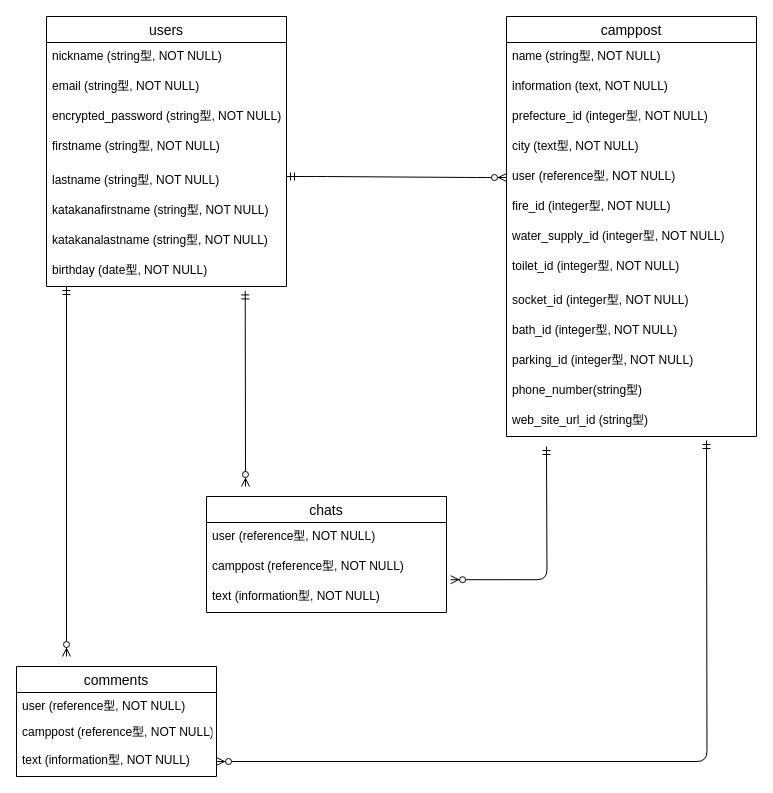
The draw.io diagram ERcamp.dio in 87takakura/campapp-31513, before the edit. Source tidied: cells renumbered, new cells numbered last; positions are measured from the earlier drawing's top-left corner, leaving out a move shared by most shapes. Both pictures are drawn from the tidied source at 100%, with x=0, y=0 at pixel (16, 16).
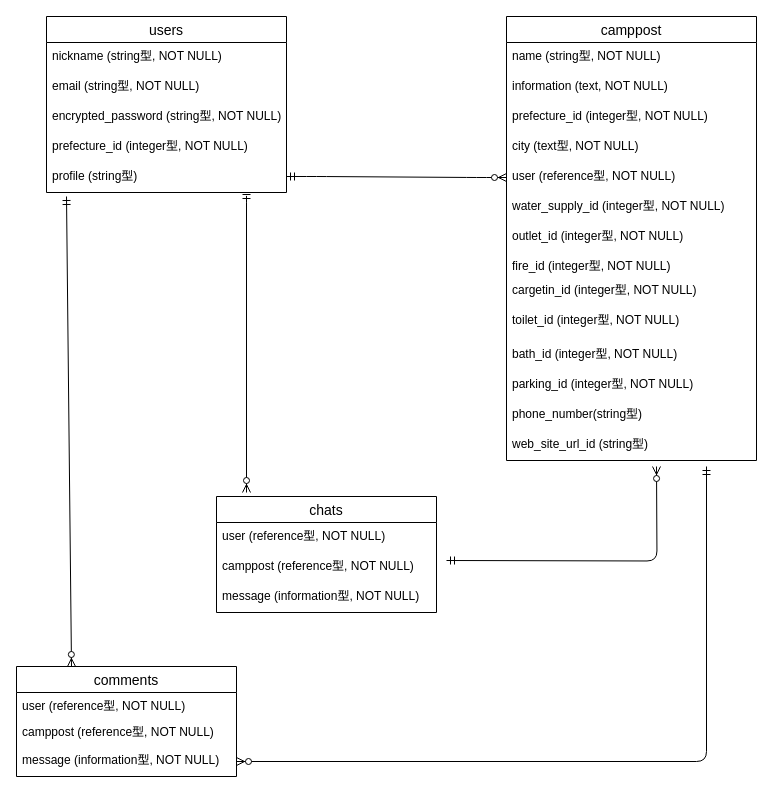
Above is the later version.

Diff of the diagram source:
```diff
@@
     <mxCell id="2" value="users" style="swimlane;fontStyle=0;horizontal=1;startSize=26;align=center;fontSize=14;" parent="1" vertex="1">
-      <mxGeometry x="30" width="240" height="270" as="geometry" />
+      <mxGeometry x="30" width="240" height="176" as="geometry" />
     </mxCell>
@@
-    <mxCell id="6" value="firstname (string型, NOT NULL)" style="text;strokeColor=none;fillColor=none;spacingLeft=4;spacingRight=4;overflow=hidden;fontSize=12;" parent="2" vertex="1">
-      <mxGeometry y="116" width="240" height="34" as="geometry" />
-    </mxCell>
-    <mxCell id="7" value="lastname (string型, NOT NULL)" style="text;strokeColor=none;fillColor=none;spacingLeft=4;spacingRight=4;overflow=hidden;fontSize=12;" parent="2" vertex="1">
-      <mxGeometry y="150" width="240" height="30" as="geometry" />
-    </mxCell>
-    <mxCell id="8" value="katakanafirstname (string型, NOT NULL)" style="text;strokeColor=none;fillColor=none;spacingLeft=4;spacingRight=4;overflow=hidden;fontSize=12;" parent="2" vertex="1">
-      <mxGeometry y="180" width="240" height="30" as="geometry" />
-    </mxCell>
-    <mxCell id="9" value="katakanalastname (string型, NOT NULL)" style="text;strokeColor=none;fillColor=none;spacingLeft=4;spacingRight=4;overflow=hidden;fontSize=12;" parent="2" vertex="1">
-      <mxGeometry y="210" width="240" height="30" as="geometry" />
-    </mxCell>
-    <mxCell id="10" value="birthday (date型, NOT NULL)" style="text;strokeColor=none;fillColor=none;spacingLeft=4;spacingRight=4;overflow=hidden;points=[[0,0.5],[1,0.5]];portConstraint=eastwest;fontSize=12;" parent="2" vertex="1">
-      <mxGeometry y="240" width="240" height="30" as="geometry" />
-    </mxCell>
+    <mxCell id="38" value="prefecture_id (integer型, NOT NULL)" style="text;strokeColor=none;fillColor=none;spacingLeft=4;spacingRight=4;overflow=hidden;fontSize=12;" parent="2" vertex="1">
+      <mxGeometry y="116" width="240" height="30" as="geometry" />
+    </mxCell>
+    <mxCell id="39" value="profile (string型)" style="text;strokeColor=none;fillColor=none;spacingLeft=4;spacingRight=4;overflow=hidden;fontSize=12;" parent="2" vertex="1">
+      <mxGeometry y="146" width="240" height="30" as="geometry" />
+    </mxCell>
     <mxCell id="11" value="camppost" style="swimlane;fontStyle=0;horizontal=1;startSize=26;align=center;fontSize=14;" parent="1" vertex="1">
-      <mxGeometry x="490" width="250" height="420" as="geometry" />
+      <mxGeometry x="490" width="250" height="444" as="geometry" />
     </mxCell>
@@
+    <mxCell id="18" value="water_supply_id (integer型, NOT NULL)" style="text;strokeColor=none;fillColor=none;spacingLeft=4;spacingRight=4;overflow=hidden;fontSize=12;" parent="11" vertex="1">
+      <mxGeometry y="176" width="250" height="30" as="geometry" />
+    </mxCell>
+    <mxCell id="40" value="outlet_id (integer型, NOT NULL)" style="text;strokeColor=none;fillColor=none;spacingLeft=4;spacingRight=4;overflow=hidden;fontSize=12;" parent="11" vertex="1">
+      <mxGeometry y="206" width="250" height="30" as="geometry" />
+    </mxCell>
     <mxCell id="17" value="fire_id (integer型, NOT NULL)" style="text;strokeColor=none;fillColor=none;spacingLeft=4;spacingRight=4;overflow=hidden;fontSize=12;" parent="11" vertex="1">
-      <mxGeometry y="176" width="250" height="30" as="geometry" />
+      <mxGeometry y="236" width="250" height="24" as="geometry" />
     </mxCell>
-    <mxCell id="18" value="water_supply_id (integer型, NOT NULL)" style="text;strokeColor=none;fillColor=none;spacingLeft=4;spacingRight=4;overflow=hidden;fontSize=12;" parent="11" vertex="1">
-      <mxGeometry y="206" width="250" height="30" as="geometry" />
-    </mxCell>
+    <mxCell id="41" value="cargetin_id (integer型, NOT NULL)" style="text;strokeColor=none;fillColor=none;spacingLeft=4;spacingRight=4;overflow=hidden;fontSize=12;" parent="11" vertex="1">
+      <mxGeometry y="260" width="250" height="30" as="geometry" />
+    </mxCell>
     <mxCell id="19" value="toilet_id (integer型, NOT NULL)" style="text;strokeColor=none;fillColor=none;spacingLeft=4;spacingRight=4;overflow=hidden;fontSize=12;" parent="11" vertex="1">
-      <mxGeometry y="236" width="250" height="34" as="geometry" />
+      <mxGeometry y="290" width="250" height="34" as="geometry" />
     </mxCell>
-    <mxCell id="20" value="socket_id (integer型, NOT NULL)" style="text;strokeColor=none;fillColor=none;spacingLeft=4;spacingRight=4;overflow=hidden;fontSize=12;" parent="11" vertex="1">
-      <mxGeometry y="270" width="250" height="30" as="geometry" />
-    </mxCell>
     <mxCell id="21" value="bath_id (integer型, NOT NULL)" style="text;strokeColor=none;fillColor=none;spacingLeft=4;spacingRight=4;overflow=hidden;fontSize=12;" parent="11" vertex="1">
-      <mxGeometry y="300" width="250" height="30" as="geometry" />
+      <mxGeometry y="324" width="250" height="30" as="geometry" />
     </mxCell>
     <mxCell id="22" value="parking_id (integer型, NOT NULL)" style="text;strokeColor=none;fillColor=none;spacingLeft=4;spacingRight=4;overflow=hidden;fontSize=12;" parent="11" vertex="1">
-      <mxGeometry y="330" width="250" height="30" as="geometry" />
+      <mxGeometry y="354" width="250" height="30" as="geometry" />
     </mxCell>
     <mxCell id="23" value="phone_number(string型)" style="text;strokeColor=none;fillColor=none;spacingLeft=4;spacingRight=4;overflow=hidden;fontSize=12;" parent="11" vertex="1">
-      <mxGeometry y="360" width="250" height="30" as="geometry" />
+      <mxGeometry y="384" width="250" height="30" as="geometry" />
     </mxCell>
     <mxCell id="24" value="web_site_url_id (string型)" style="text;strokeColor=none;fillColor=none;spacingLeft=4;spacingRight=4;overflow=hidden;fontSize=12;" parent="11" vertex="1">
-      <mxGeometry y="390" width="250" height="30" as="geometry" />
+      <mxGeometry y="414" width="250" height="30" as="geometry" />
     </mxCell>
     <mxCell id="25" value="chats" style="swimlane;fontStyle=0;horizontal=1;startSize=26;align=center;fontSize=14;" parent="1" vertex="1">
-      <mxGeometry x="190" y="480" width="240" height="116" as="geometry" />
+      <mxGeometry x="200" y="480" width="220" height="116" as="geometry" />
     </mxCell>
     <mxCell id="26" value="user (reference型, NOT NULL)" style="text;strokeColor=none;fillColor=none;spacingLeft=4;spacingRight=4;overflow=hidden;fontSize=12;" parent="25" vertex="1">
-      <mxGeometry y="26" width="240" height="30" as="geometry" />
+      <mxGeometry y="26" width="220" height="30" as="geometry" />
     </mxCell>
     <mxCell id="27" value="camppost (reference型, NOT NULL)&#10;" style="text;strokeColor=none;fillColor=none;spacingLeft=4;spacingRight=4;overflow=hidden;fontSize=12;" parent="25" vertex="1">
-      <mxGeometry y="56" width="240" height="30" as="geometry" />
+      <mxGeometry y="56" width="220" height="30" as="geometry" />
     </mxCell>
-    <mxCell id="28" value="text (information型, NOT NULL)" style="text;strokeColor=none;fillColor=none;spacingLeft=4;spacingRight=4;overflow=hidden;points=[[0,0.5],[1,0.5]];portConstraint=eastwest;fontSize=12;" parent="25" vertex="1">
-      <mxGeometry y="86" width="240" height="30" as="geometry" />
-    </mxCell>
+    <mxCell id="42" value="message (information型, NOT NULL)" style="text;strokeColor=none;fillColor=none;spacingLeft=4;spacingRight=4;overflow=hidden;fontSize=12;" parent="25" vertex="1">
+      <mxGeometry y="86" width="220" height="30" as="geometry" />
+    </mxCell>
     <mxCell id="29" value="comments" style="swimlane;fontStyle=0;horizontal=1;startSize=26;align=center;fontSize=14;" parent="1" vertex="1">
-      <mxGeometry y="650" width="200" height="110" as="geometry" />
+      <mxGeometry y="650" width="220" height="110" as="geometry" />
     </mxCell>
     <mxCell id="30" value="user (reference型, NOT NULL)" style="text;strokeColor=none;fillColor=none;spacingLeft=4;spacingRight=4;overflow=hidden;fontSize=12;" parent="29" vertex="1">
-      <mxGeometry y="26" width="200" height="26" as="geometry" />
+      <mxGeometry y="26" width="220" height="26" as="geometry" />
     </mxCell>
     <mxCell id="31" value="camppost (reference型, NOT NULL)" style="text;strokeColor=none;fillColor=none;spacingLeft=4;spacingRight=4;overflow=hidden;fontSize=12;" parent="29" vertex="1">
-      <mxGeometry y="52" width="200" height="28" as="geometry" />
+      <mxGeometry y="52" width="220" height="28" as="geometry" />
     </mxCell>
-    <mxCell id="32" value="text (information型, NOT NULL)" style="text;strokeColor=none;fillColor=none;spacingLeft=4;spacingRight=4;overflow=hidden;points=[[0,0.5],[1,0.5]];portConstraint=eastwest;fontSize=12;" parent="29" vertex="1">
-      <mxGeometry y="80" width="200" height="30" as="geometry" />
+    <mxCell id="32" value="message (information型, NOT NULL)" style="text;strokeColor=none;fillColor=none;spacingLeft=4;spacingRight=4;overflow=hidden;points=[[0,0.5],[1,0.5]];portConstraint=eastwest;fontSize=12;" parent="29" vertex="1">
+      <mxGeometry y="80" width="220" height="30" as="geometry" />
     </mxCell>
@@
     <mxCell id="34" style="edgeStyle=orthogonalEdgeStyle;fontSize=12;html=1;endArrow=ERzeroToMany;startArrow=ERmandOne;entryX=1;entryY=0.5;entryDx=0;entryDy=0;" parent="1" edge="1" target="32">
       <mxGeometry relative="1" as="geometry">
-        <mxPoint x="690" y="424" as="sourcePoint" />
+        <mxPoint x="690" y="450" as="sourcePoint" />
+        <Array as="points">
+          <mxPoint x="690" y="745" />
+        </Array>
       </mxGeometry>
     </mxCell>
-    <mxCell id="35" style="edgeStyle=orthogonalEdgeStyle;fontSize=12;html=1;endArrow=ERzeroToMany;startArrow=ERmandOne;entryX=1.017;entryY=-0.093;entryDx=0;entryDy=0;entryPerimeter=0;" parent="1" edge="1" target="28">
-      <mxGeometry relative="1" as="geometry">
-        <mxPoint x="530" y="430" as="sourcePoint" />
-      </mxGeometry>
-    </mxCell>
-    <mxCell id="36" style="fontSize=12;html=1;endArrow=ERzeroToMany;startArrow=ERmandOne;exitX=0.828;exitY=1.147;exitDx=0;exitDy=0;exitPerimeter=0;" parent="1" edge="1" source="10">
+    <mxCell id="36" style="fontSize=12;html=1;endArrow=ERzeroToMany;startArrow=ERmandOne;" parent="1" edge="1">
       <mxGeometry relative="1" as="geometry">
-        <mxPoint x="229" y="470" as="targetPoint" />
+        <mxPoint x="230" y="186" as="sourcePoint" />
+        <mxPoint x="230" y="476" as="targetPoint" />
+        <Array as="points">
+          <mxPoint x="230" y="176" />
+        </Array>
       </mxGeometry>
     </mxCell>
-    <mxCell id="37" style="fontSize=12;html=1;endArrow=ERzeroToMany;startArrow=ERmandOne;" parent="1" edge="1">
+    <mxCell id="37" style="fontSize=12;html=1;endArrow=ERzeroToMany;startArrow=ERmandOne;entryX=0.25;entryY=0;entryDx=0;entryDy=0;" parent="1" edge="1" target="29">
       <mxGeometry relative="1" as="geometry">
-        <mxPoint x="50" y="270" as="sourcePoint" />
-        <mxPoint x="50" y="640" as="targetPoint" />
+        <mxPoint x="50" y="180" as="sourcePoint" />
       </mxGeometry>
     </mxCell>
+    <mxCell id="43" style="edgeStyle=orthogonalEdgeStyle;fontSize=12;html=1;endArrow=ERzeroToMany;startArrow=ERmandOne;" parent="1" edge="1">
+      <mxGeometry relative="1" as="geometry">
+        <mxPoint x="430" y="544" as="sourcePoint" />
+        <mxPoint x="640" y="450" as="targetPoint" />
+      </mxGeometry>
+    </mxCell>
```
